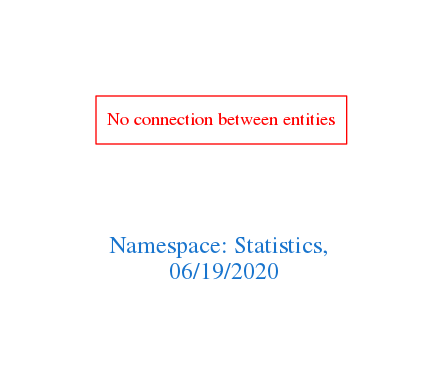
Before: downloads/Statistics.png, a diagram exported from Graphviz (arago/OGIT). Its source is kept beside it as downloads/Statistics.dot. The source it was exported from:
```dot
digraph OGIT_ontology {
 graph [ rankdir= LR,pad=1
fontsize = 18,
fontcolor= dodgerblue3,label = "\n\n\nNamespace: Statistics, \n 06/19/2020"];
node[shape=polygon];
edge [  color="gray81"];

"No connection between entities" [fontcolor = "red",color="red", shape="polygon"]
}
```
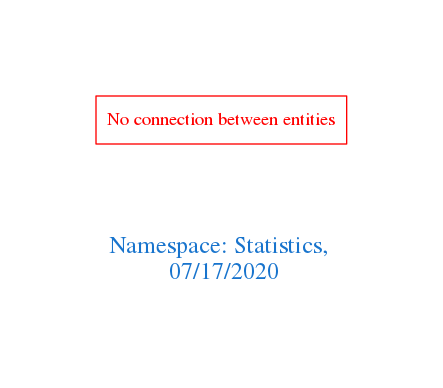
After the commit.

The edit, as a diff of the source:
```diff
@@ -1,7 +1,7 @@
 digraph OGIT_ontology {
  graph [ rankdir= LR,pad=1
 fontsize = 18,
-fontcolor= dodgerblue3,label = "\n\n\nNamespace: Statistics, \n 06/19/2020"];
+fontcolor= dodgerblue3,label = "\n\n\nNamespace: Statistics, \n 07/17/2020"];
 node[shape=polygon];
 edge [  color="gray81"];
 
```
